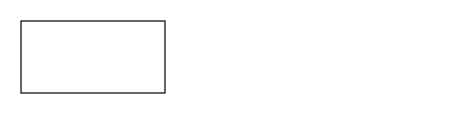
The draw.io diagram Untitled Diagram.drawio in egorb17/ESPO-DB, before the edit. Source tidied: cells renumbered, new cells numbered last; positions are measured from the earlier drawing's top-left corner, leaving out a move shared by most shapes. Both pictures are drawn from the tidied source at 120%, with x=0, y=0 at pixel (20, 20).
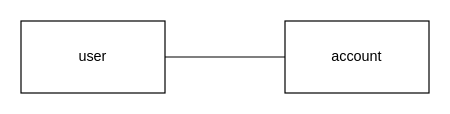
The same page after the edit.

Change to the diagram source:
```diff
@@
 <mxGraphModel>
   <root>
     <mxCell id="0" />
     <mxCell id="1" parent="0" />
-    <mxCell id="2" style="rounded=0;whiteSpace=wrap;html=1;" parent="1" vertex="1">
+    <mxCell id="2" value="user" style="rounded=0;whiteSpace=wrap;html=1;" parent="1" vertex="1">
       <mxGeometry width="120" height="60" as="geometry" />
     </mxCell>
+    <mxCell id="3" value="account" style="rounded=0;whiteSpace=wrap;html=1;" parent="1" vertex="1">
+      <mxGeometry x="220" width="120" height="60" as="geometry" />
+    </mxCell>
+    <mxCell id="4" style="endArrow=none;html=1;rounded=0;entryX=0;entryY=0.5;entryDx=0;entryDy=0;exitX=1;exitY=0.5;exitDx=0;exitDy=0;" parent="1" edge="1" source="2" target="3">
+      <mxGeometry relative="1" as="geometry" />
+    </mxCell>
   </root>
 </mxGraphModel>
```
